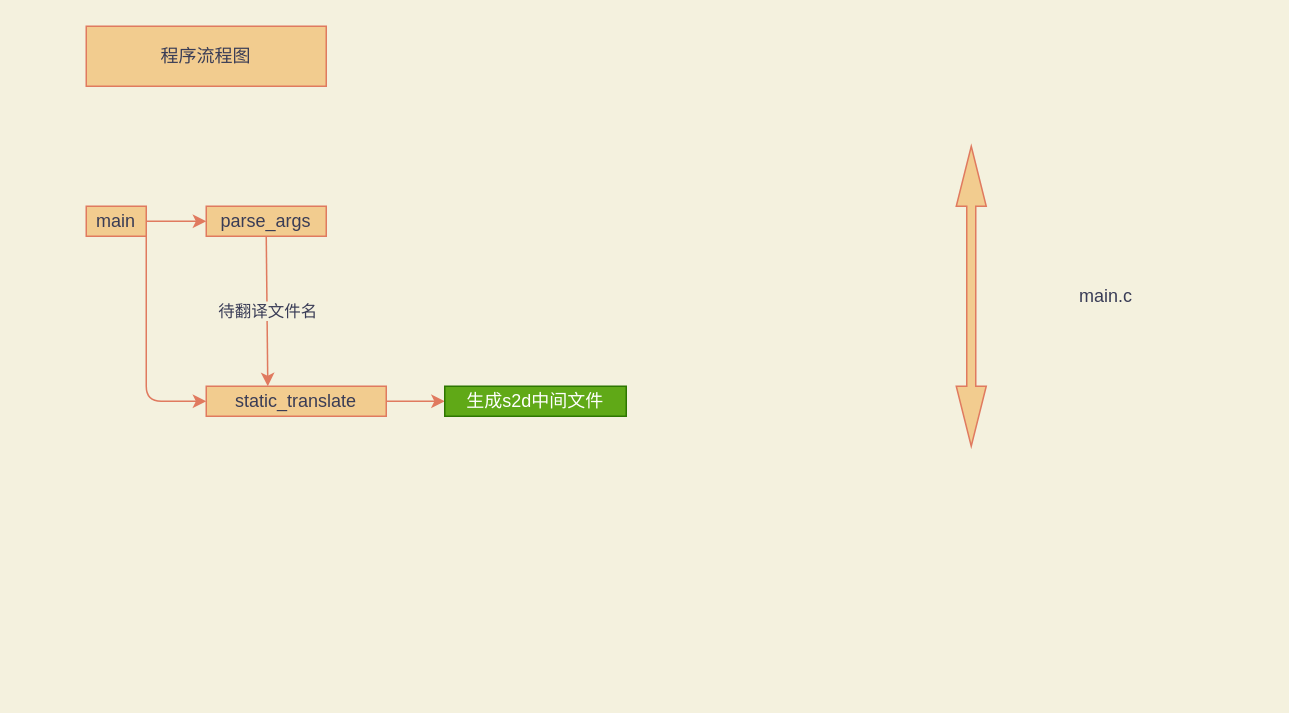
zintown/MindGraph keeps this draw.io diagram as page "Page-2" (2 of 3) of lasbt/Lasbt.drawio. Above is the earlier version. Source tidied: cells renumbered, new cells numbered last; positions are measured from the earlier drawing's top-left corner, leaving out a move shared by most shapes. Both pictures are drawn from the tidied source at 150%, with x=0, y=0 at pixel (86, 26).
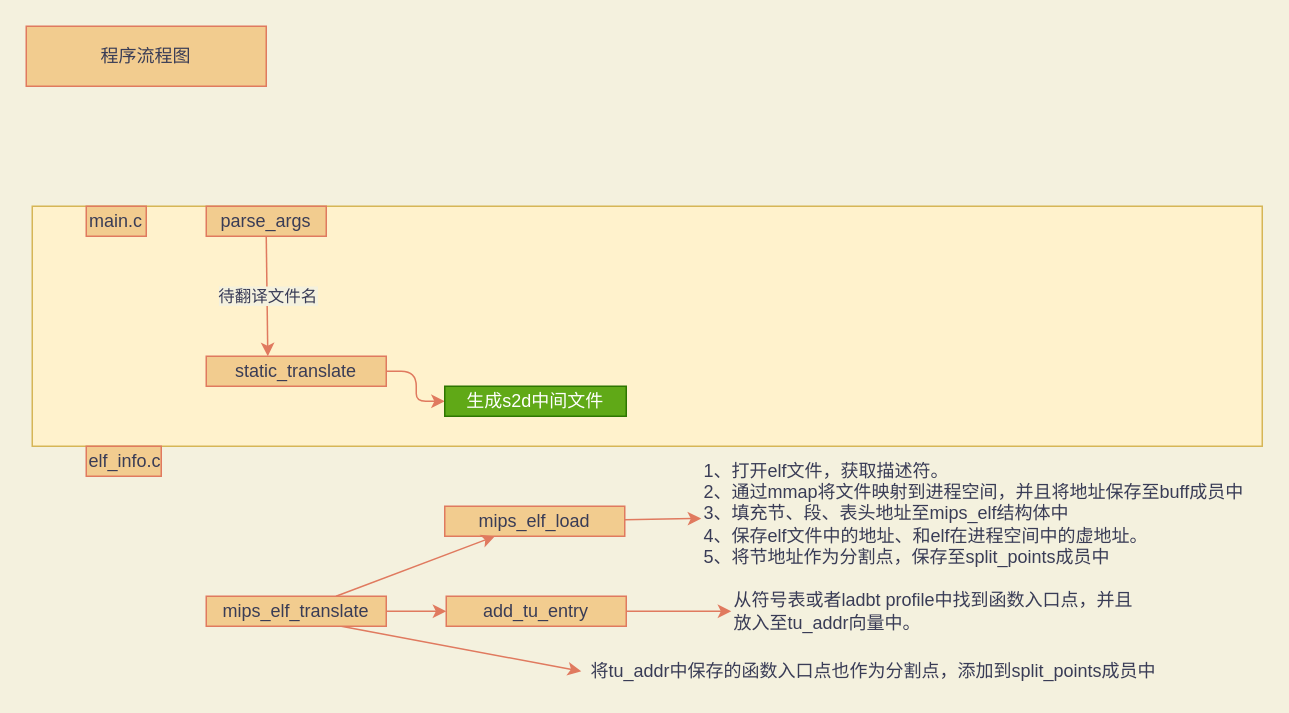
After the change.

The edit, as a diff of the source:
```diff
@@
-    <mxCell id="2" style="edgeStyle=orthogonalEdgeStyle;curved=0;rounded=1;sketch=0;jettySize=auto;html=1;entryX=0;entryY=0.5;entryDx=0;entryDy=0;labelBackgroundColor=#F4F1DE;strokeColor=#E07A5F;fontColor=#393C56;" parent="1" edge="1" source="4" target="6">
-      <mxGeometry relative="1" as="geometry" />
-    </mxCell>
-    <mxCell id="3" style="edgeStyle=orthogonalEdgeStyle;curved=0;rounded=1;sketch=0;jettySize=auto;html=1;exitX=1;exitY=1;exitDx=0;exitDy=0;entryX=0;entryY=0.5;entryDx=0;entryDy=0;labelBackgroundColor=#F4F1DE;strokeColor=#E07A5F;fontColor=#393C56;" parent="1" edge="1" source="4" target="8">
-      <mxGeometry relative="1" as="geometry" />
-    </mxCell>
+    <mxCell id="13" style="rounded=0;whiteSpace=wrap;html=1;strokeColor=#d6b656;fillColor=#fff2cc;align=left;" parent="1" vertex="1">
+      <mxGeometry x="-36" y="120" width="820" height="160" as="geometry" />
+    </mxCell>
-    <mxCell id="4" value="main" style="rounded=0;whiteSpace=wrap;html=1;align=center;fillColor=#F2CC8F;strokeColor=#E07A5F;fontColor=#393C56;" parent="1" vertex="1">
+    <mxCell id="4" value="main.c" style="whiteSpace=wrap;html=1;align=center;fillColor=#F2CC8F;strokeColor=#E07A5F;fontColor=#393C56;" parent="1" vertex="1">
       <mxGeometry y="120" width="40" height="20" as="geometry" />
     </mxCell>
-    <mxCell id="5" value="程序流程图" style="rounded=0;whiteSpace=wrap;html=1;labelBackgroundColor=none;sketch=0;fillColor=#F2CC8F;strokeColor=#E07A5F;fontColor=#393C56;" parent="1" vertex="1">
-      <mxGeometry width="160" height="40" as="geometry" />
+    <mxCell id="5" value="程序流程图" style="whiteSpace=wrap;html=1;labelBackgroundColor=none;fillColor=#F2CC8F;strokeColor=#E07A5F;fontColor=#393C56;" parent="1" vertex="1">
+      <mxGeometry x="-40" width="160" height="40" as="geometry" />
     </mxCell>
-    <mxCell id="6" value="parse_args" style="rounded=0;whiteSpace=wrap;html=1;labelBackgroundColor=none;sketch=0;fillColor=#F2CC8F;strokeColor=#E07A5F;fontColor=#393C56;" parent="1" vertex="1">
+    <mxCell id="6" value="parse_args" style="whiteSpace=wrap;html=1;labelBackgroundColor=none;fillColor=#F2CC8F;strokeColor=#E07A5F;fontColor=#393C56;" parent="1" vertex="1">
       <mxGeometry x="80" y="120" width="80" height="20" as="geometry" />
     </mxCell>
-    <mxCell id="7" style="edgeStyle=orthogonalEdgeStyle;curved=0;rounded=1;sketch=0;jettySize=auto;html=1;strokeColor=#E07A5F;fillColor=#F2CC8F;fontColor=#393C56;" parent="1" edge="1" source="8" target="12">
+    <mxCell id="7" style="edgeStyle=orthogonalEdgeStyle;jettySize=auto;html=1;strokeColor=#E07A5F;fillColor=#F2CC8F;fontColor=#393C56;" parent="1" edge="1" source="8" target="12">
       <mxGeometry relative="1" as="geometry" />
     </mxCell>
-    <mxCell id="8" value="static_translate" style="rounded=0;whiteSpace=wrap;html=1;labelBackgroundColor=none;sketch=0;fillColor=#F2CC8F;strokeColor=#E07A5F;fontColor=#393C56;" parent="1" vertex="1">
-      <mxGeometry x="80" y="240" width="120" height="20" as="geometry" />
+    <mxCell id="8" value="static_translate" style="whiteSpace=wrap;html=1;labelBackgroundColor=none;fillColor=#F2CC8F;strokeColor=#E07A5F;fontColor=#393C56;" parent="1" vertex="1">
+      <mxGeometry x="80" y="220" width="120" height="20" as="geometry" />
     </mxCell>
-    <mxCell id="9" style="shape=doubleArrow;direction=south;whiteSpace=wrap;html=1;rounded=0;labelBackgroundColor=none;sketch=0;fillColor=#F2CC8F;strokeColor=#E07A5F;fontColor=#393C56;" parent="1" vertex="1">
-      <mxGeometry x="580" y="80" width="20" height="200" as="geometry" />
-    </mxCell>
-    <mxCell id="10" value="main.c" style="text;html=1;strokeColor=none;fillColor=none;align=center;verticalAlign=middle;whiteSpace=wrap;rounded=0;labelBackgroundColor=none;sketch=0;fontColor=#393C56;" parent="1" vertex="1">
-      <mxGeometry x="640" y="160" width="80" height="40" as="geometry" />
-    </mxCell>
@@
-    <mxCell id="12" value="生成s2d中间文件" style="text;html=1;strokeColor=#2D7600;fillColor=#60a917;align=center;verticalAlign=middle;whiteSpace=wrap;rounded=0;sketch=0;fontColor=#ffffff;" parent="1" vertex="1">
+    <mxCell id="12" value="生成s2d中间文件" style="text;html=1;strokeColor=#2D7600;fillColor=#60a917;align=center;verticalAlign=middle;whiteSpace=wrap;fontColor=#ffffff;" parent="1" vertex="1">
       <mxGeometry x="239" y="240" width="121" height="20" as="geometry" />
     </mxCell>
+    <mxCell id="14" style="jettySize=auto;html=1;labelBackgroundColor=#F4F1DE;endArrow=classic;endFill=1;strokeColor=#E07A5F;fontColor=#393C56;" parent="1" edge="1" source="15" target="18">
+      <mxGeometry relative="1" as="geometry" />
+    </mxCell>
+    <mxCell id="15" value="mips_elf_load" style="whiteSpace=wrap;html=1;strokeColor=#E07A5F;fillColor=#F2CC8F;fontColor=#393C56;" parent="1" vertex="1">
+      <mxGeometry x="239" y="320" width="120" height="20" as="geometry" />
+    </mxCell>
+    <mxCell id="16" style="edgeStyle=orthogonalEdgeStyle;jettySize=auto;html=1;labelBackgroundColor=#F4F1DE;endFill=1;strokeColor=#E07A5F;fontColor=#393C56;" parent="1" edge="1" source="17" target="24">
+      <mxGeometry relative="1" as="geometry" />
+    </mxCell>
+    <mxCell id="17" value="add_tu_entry" style="whiteSpace=wrap;html=1;strokeColor=#E07A5F;fillColor=#F2CC8F;fontColor=#393C56;" parent="1" vertex="1">
+      <mxGeometry x="240" y="380" width="120" height="20" as="geometry" />
+    </mxCell>
+    <mxCell id="18" value="1、打开elf文件，获取描述符。&lt;br&gt;2、通过mmap将文件映射到进程空间，并且将地址保存至buff成员中&lt;br&gt;3、填充节、段、表头地址至mips_elf结构体中&lt;br&gt;4、保存elf文件中的地址、和elf在进程空间中的虚地址。&lt;br&gt;5、将节地址作为分割点，保存至split_points成员中" style="text;html=1;strokeColor=none;fillColor=none;align=left;verticalAlign=middle;whiteSpace=wrap;fontColor=#393C56;" parent="1" vertex="1">
+      <mxGeometry x="410" y="280" width="371" height="90" as="geometry" />
+    </mxCell>
+    <mxCell id="19" value="elf_info.c" style="whiteSpace=wrap;html=1;strokeColor=#E07A5F;fillColor=#F2CC8F;fontColor=#393C56;align=left;" parent="1" vertex="1">
+      <mxGeometry y="280" width="50" height="20" as="geometry" />
+    </mxCell>
+    <mxCell id="20" style="jettySize=auto;html=1;labelBackgroundColor=#F4F1DE;endFill=1;strokeColor=#E07A5F;fontColor=#393C56;" parent="1" edge="1" source="23" target="15">
+      <mxGeometry relative="1" as="geometry" />
+    </mxCell>
+    <mxCell id="21" style="jettySize=auto;html=1;exitX=1;exitY=0.5;exitDx=0;exitDy=0;labelBackgroundColor=#F4F1DE;endFill=1;strokeColor=#E07A5F;fontColor=#393C56;entryX=0;entryY=0.5;entryDx=0;entryDy=0;" parent="1" edge="1" source="23" target="17">
+      <mxGeometry relative="1" as="geometry" />
+    </mxCell>
+    <mxCell id="22" style="edgeStyle=none;jettySize=auto;html=1;exitX=0.75;exitY=1;exitDx=0;exitDy=0;labelBackgroundColor=#F4F1DE;endFill=1;strokeColor=#E07A5F;fontColor=#393C56;entryX=0;entryY=0.5;entryDx=0;entryDy=0;" parent="1" edge="1" source="23" target="25">
+      <mxGeometry relative="1" as="geometry" />
+    </mxCell>
+    <mxCell id="23" value="mips_elf_translate" style="whiteSpace=wrap;html=1;strokeColor=#E07A5F;fillColor=#F2CC8F;fontColor=#393C56;align=center;" parent="1" vertex="1">
+      <mxGeometry x="80" y="380" width="120" height="20" as="geometry" />
+    </mxCell>
+    <mxCell id="24" value="从符号表或者ladbt profile中找到函数入口点，并且放入至tu_addr向量中。" style="text;html=1;strokeColor=none;fillColor=none;align=left;verticalAlign=middle;whiteSpace=wrap;fontColor=#393C56;" parent="1" vertex="1">
+      <mxGeometry x="430" y="370" width="280" height="40" as="geometry" />
+    </mxCell>
+    <mxCell id="25" value="将tu_addr中保存的函数入口点也作为分割点，添加到&lt;span style=&quot;text-align: left&quot;&gt;split_points成员中&lt;/span&gt;" style="text;html=1;strokeColor=none;fillColor=none;align=center;verticalAlign=middle;whiteSpace=wrap;fontColor=#393C56;" parent="1" vertex="1">
+      <mxGeometry x="330" y="420" width="390" height="20" as="geometry" />
+    </mxCell>
```
